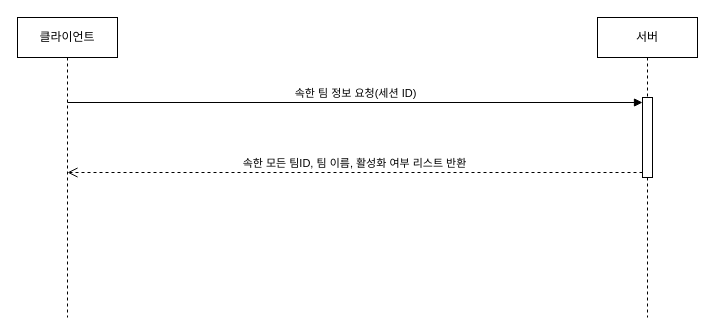
Earlier version of the draw.io diagram page "내가 속한 팀 조회 SD" (2 of 8) of docs/팀 관리/팀 관리 SD.drawio (vvsos1/Team5-EQUUS-N). Source tidied: cells renumbered, new cells numbered last; positions are measured from the earlier drawing's top-left corner, leaving out a move shared by most shapes. Both pictures are drawn from the tidied source at 100%, with x=0, y=0 at pixel (17, 17).
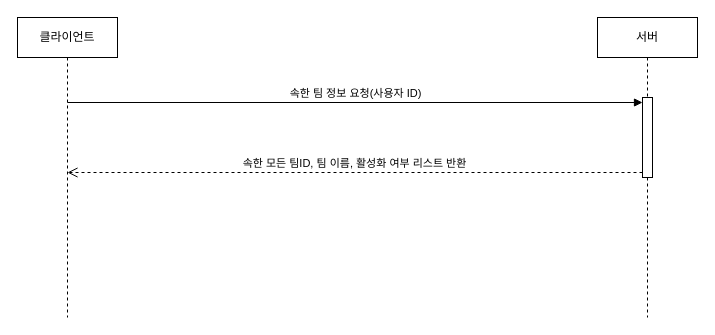
Above is the later version.

The edit, as a diff of the source:
```diff
@@
 <mxGraphModel>
   <root>
     <mxCell id="0" />
     <mxCell id="1" parent="0" />
     <mxCell id="2" value="클라이언트" style="shape=umlLifeline;perimeter=lifelinePerimeter;whiteSpace=wrap;html=1;newEdgeStyle={&quot;curved&quot;:0,&quot;rounded&quot;:0};" parent="1" vertex="1">
       <mxGeometry width="100" height="300" as="geometry" />
     </mxCell>
     <mxCell id="3" value="서버" style="shape=umlLifeline;perimeter=lifelinePerimeter;whiteSpace=wrap;html=1;newEdgeStyle={&quot;curved&quot;:0,&quot;rounded&quot;:0};" parent="1" vertex="1">
       <mxGeometry x="580" width="100" height="300" as="geometry" />
     </mxCell>
     <mxCell id="4" style="html=1;points=[[0,0,0,0,5],[0,1,0,0,-5],[1,0,0,0,5],[1,1,0,0,-5]];perimeter=orthogonalPerimeter;outlineConnect=0;targetShapes=umlLifeline;portConstraint=eastwest;newEdgeStyle={&quot;curved&quot;:0,&quot;rounded&quot;:0};" parent="3" vertex="1">
       <mxGeometry x="45" y="80" width="10" height="80" as="geometry" />
     </mxCell>
-    <mxCell id="5" value="속한 팀 정보 요청(세션 ID)" style="html=1;verticalAlign=bottom;endArrow=block;curved=0;rounded=0;entryX=0;entryY=0;entryDx=0;entryDy=5;" parent="1" edge="1" target="4">
+    <mxCell id="5" value="속한 팀 정보 요청(사용자 ID)" style="html=1;verticalAlign=bottom;endArrow=block;curved=0;rounded=0;entryX=0;entryY=0;entryDx=0;entryDy=5;" parent="1" edge="1" target="4">
       <mxGeometry relative="1" as="geometry">
         <mxPoint x="50" y="85" as="sourcePoint" />
       </mxGeometry>
     </mxCell>
     <mxCell id="6" value="속한 모든 팀ID, 팀 이름, 활성화 여부 리스트 반환" style="html=1;verticalAlign=bottom;endArrow=open;dashed=1;endSize=8;curved=0;rounded=0;exitX=0;exitY=1;exitDx=0;exitDy=-5;" parent="1" edge="1" source="4">
       <mxGeometry relative="1" as="geometry">
         <mxPoint x="50" y="155" as="targetPoint" />
       </mxGeometry>
     </mxCell>
   </root>
 </mxGraphModel>
```
